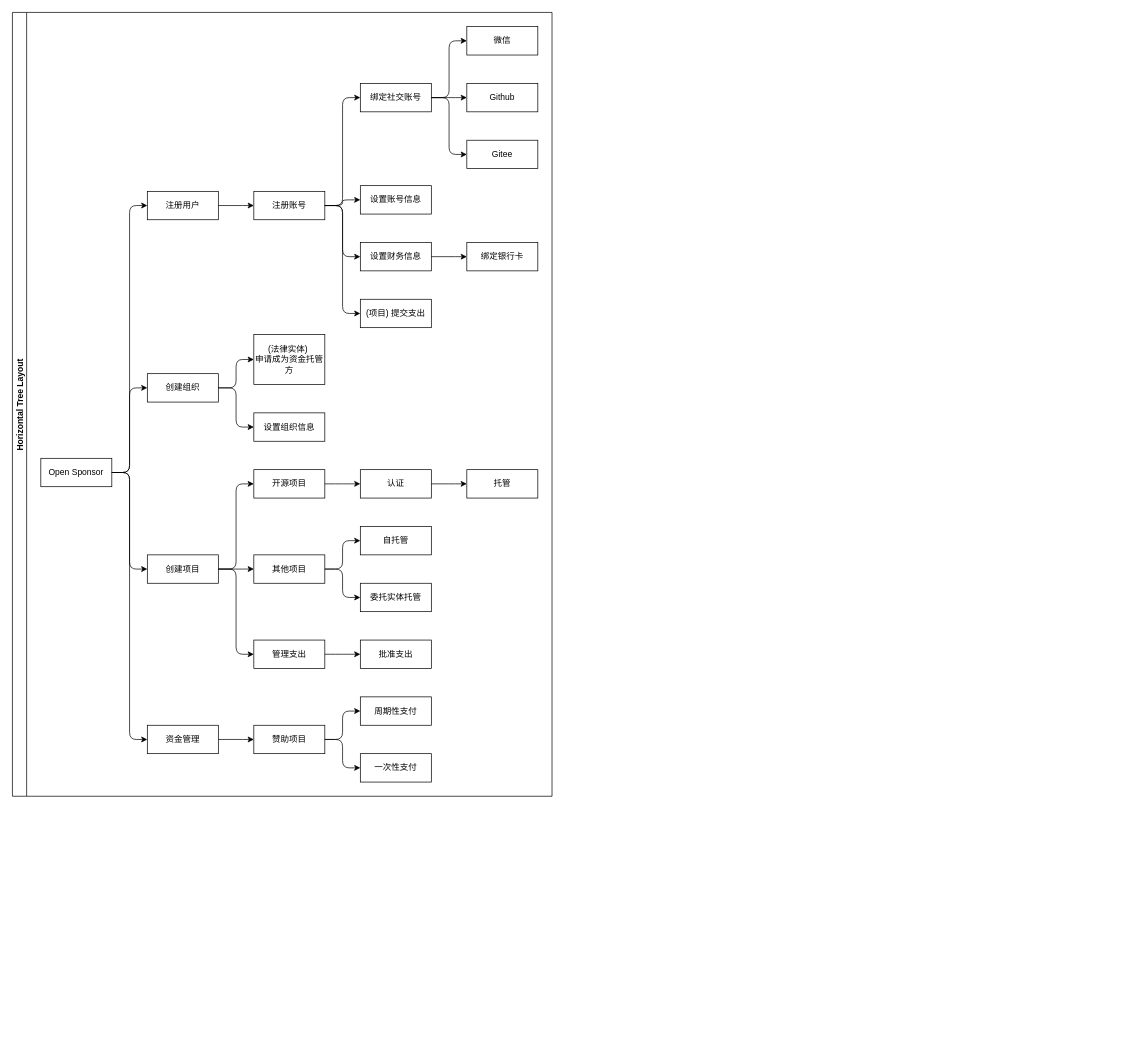
Before: design.drawio in opensponsor/opensponsor-api, a draw.io diagram. Source tidied: cells renumbered, new cells numbered last; positions are measured from the earlier drawing's top-left corner, leaving out a move shared by most shapes. Both pictures are drawn from the tidied source at 71%, with x=0, y=0 at pixel (12, 12).
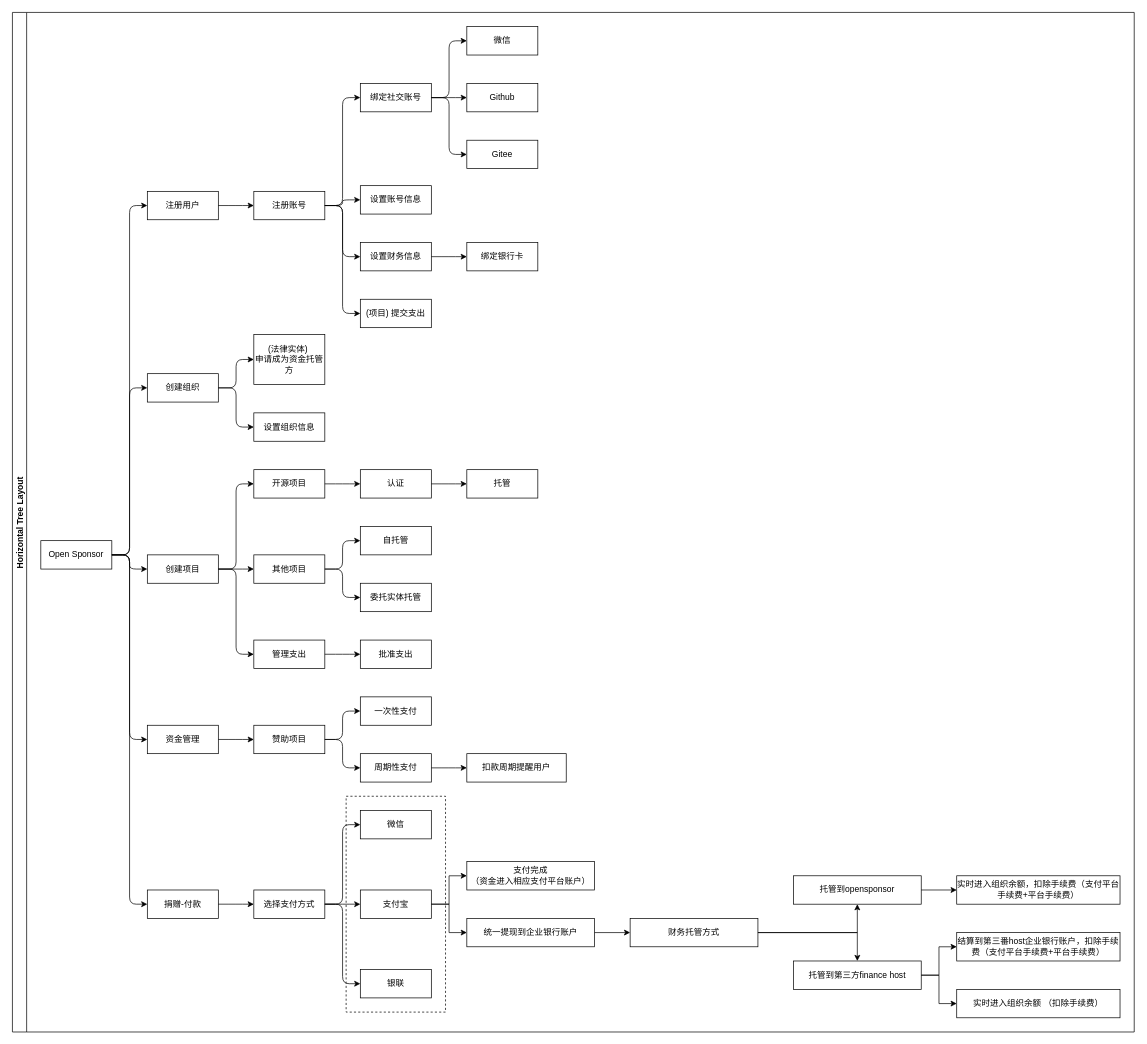
Above is the later version.

Change to the diagram source:
```diff
@@
-    <mxCell id="2" value="Horizontal Tree Layout" style="swimlane;startSize=20;horizontal=0;horizontalTree=1;containerType=tree;fontSize=12;" parent="1" vertex="1">
-      <mxGeometry width="760" height="1104" as="geometry" />
+    <mxCell id="2" value="Horizontal Tree Layout" style="swimlane;startSize=20;horizontal=0;horizontalTree=1;containerType=tree;fontSize=12;gradientColor=none;" parent="1" vertex="1">
+      <mxGeometry width="1580" height="1436" as="geometry" />
     </mxCell>
     <mxCell id="3" value="Open Sponsor" style="whiteSpace=wrap;html=1;" parent="2" vertex="1">
-      <mxGeometry x="40" y="628" width="100" height="40" as="geometry" />
+      <mxGeometry x="40" y="744" width="100" height="40" as="geometry" />
     </mxCell>
@@
     <mxCell id="29" value="一次性支付" style="whiteSpace=wrap;html=1;" parent="2" vertex="1">
-      <mxGeometry x="490" y="1044" width="100" height="40" as="geometry" />
+      <mxGeometry x="490" y="964" width="100" height="40" as="geometry" />
     </mxCell>
@@
     <mxCell id="31" value="周期性支付" style="whiteSpace=wrap;html=1;" parent="2" vertex="1">
-      <mxGeometry x="490" y="964" width="100" height="40" as="geometry" />
+      <mxGeometry x="490" y="1044" width="100" height="40" as="geometry" />
     </mxCell>
@@
+    <mxCell id="56" style="edgeStyle=elbowEdgeStyle;elbow=horizontal;html=1;rounded=1;curved=0;sourcePerimeterSpacing=0;targetPerimeterSpacing=0;startSize=6;endSize=6;" parent="2" edge="1" source="3" target="57">
+      <mxGeometry relative="1" as="geometry" />
+    </mxCell>
+    <mxCell id="57" value="捐赠-付款" style="whiteSpace=wrap;html=1;" parent="2" vertex="1">
+      <mxGeometry x="190" y="1236" width="100" height="40" as="geometry" />
+    </mxCell>
+    <mxCell id="58" style="edgeStyle=elbowEdgeStyle;elbow=horizontal;html=1;rounded=1;curved=0;sourcePerimeterSpacing=0;targetPerimeterSpacing=0;startSize=6;endSize=6;" parent="2" edge="1" source="57" target="59">
+      <mxGeometry relative="1" as="geometry" />
+    </mxCell>
+    <mxCell id="59" value="选择支付方式" style="whiteSpace=wrap;html=1;" parent="2" vertex="1">
+      <mxGeometry x="340" y="1236" width="100" height="40" as="geometry" />
+    </mxCell>
+    <mxCell id="60" style="edgeStyle=elbowEdgeStyle;elbow=horizontal;html=1;rounded=1;curved=0;sourcePerimeterSpacing=0;targetPerimeterSpacing=0;startSize=6;endSize=6;" parent="2" edge="1" source="59" target="64">
+      <mxGeometry relative="1" as="geometry" />
+    </mxCell>
+    <mxCell id="61" style="edgeStyle=elbowEdgeStyle;elbow=horizontal;html=1;rounded=1;curved=0;sourcePerimeterSpacing=0;targetPerimeterSpacing=0;startSize=6;endSize=6;" parent="2" edge="1" source="59" target="65">
+      <mxGeometry relative="1" as="geometry" />
+    </mxCell>
+    <mxCell id="62" style="edgeStyle=elbowEdgeStyle;elbow=horizontal;html=1;rounded=1;curved=0;sourcePerimeterSpacing=0;targetPerimeterSpacing=0;startSize=6;endSize=6;" parent="2" edge="1" source="59" target="66">
+      <mxGeometry relative="1" as="geometry" />
+    </mxCell>
+    <mxCell id="63" style="group;fillColor=none;strokeColor=default;dashed=1;" parent="2" vertex="1">
+      <mxGeometry x="470" y="1104" width="140" height="304" as="geometry" />
+    </mxCell>
+    <mxCell id="64" value="微信" style="whiteSpace=wrap;html=1;" parent="63" vertex="1">
+      <mxGeometry x="20" y="20" width="100" height="40" as="geometry" />
+    </mxCell>
+    <mxCell id="65" value="支付宝" style="whiteSpace=wrap;html=1;" parent="63" vertex="1">
+      <mxGeometry x="20" y="132" width="100" height="40" as="geometry" />
+    </mxCell>
+    <mxCell id="66" value="银联" style="whiteSpace=wrap;html=1;" parent="63" vertex="1">
+      <mxGeometry x="20" y="244" width="100" height="40" as="geometry" />
+    </mxCell>
+    <mxCell id="67" value="支付完成&lt;div&gt;（资金进入相应支付平台账户）&lt;/div&gt;" style="whiteSpace=wrap;html=1;" parent="2" vertex="1">
+      <mxGeometry x="640" y="1196" width="180" height="40" as="geometry" />
+    </mxCell>
+    <mxCell id="68" style="edgeStyle=orthogonalEdgeStyle;rounded=0;jettySize=auto;html=1;" parent="2" edge="1" source="65" target="67">
+      <mxGeometry relative="1" as="geometry" />
+    </mxCell>
+    <mxCell id="69" style="edgeStyle=elbowEdgeStyle;elbow=horizontal;html=1;rounded=1;curved=0;sourcePerimeterSpacing=0;targetPerimeterSpacing=0;startSize=6;endSize=6;" parent="2" edge="1" source="31" target="70">
+      <mxGeometry relative="1" as="geometry" />
+    </mxCell>
+    <mxCell id="70" value="扣款周期提醒用户" style="whiteSpace=wrap;html=1;" parent="2" vertex="1">
+      <mxGeometry x="640" y="1044" width="140" height="40" as="geometry" />
+    </mxCell>
+    <mxCell id="71" style="edgeStyle=orthogonalEdgeStyle;rounded=0;jettySize=auto;html=1;" parent="2" edge="1" source="65" target="72">
+      <mxGeometry relative="1" as="geometry" />
+    </mxCell>
+    <mxCell id="72" value="统一提现到企业银行账户" style="whiteSpace=wrap;html=1;" parent="2" vertex="1">
+      <mxGeometry x="640" y="1276" width="180" height="40" as="geometry" />
+    </mxCell>
+    <mxCell id="73" style="edgeStyle=orthogonalEdgeStyle;rounded=0;jettySize=auto;html=1;" parent="2" edge="1" source="72" target="74">
+      <mxGeometry relative="1" as="geometry" />
+    </mxCell>
+    <mxCell id="74" value="财务托管方式" style="whiteSpace=wrap;html=1;" parent="2" vertex="1">
+      <mxGeometry x="870" y="1276" width="180" height="40" as="geometry" />
+    </mxCell>
+    <mxCell id="75" style="edgeStyle=orthogonalEdgeStyle;rounded=0;jettySize=auto;html=1;" parent="2" edge="1" source="74" target="76">
+      <mxGeometry relative="1" as="geometry" />
+    </mxCell>
+    <mxCell id="76" value="托管到opensponsor" style="whiteSpace=wrap;html=1;" parent="2" vertex="1">
+      <mxGeometry x="1100" y="1216" width="180" height="40" as="geometry" />
+    </mxCell>
+    <mxCell id="77" style="edgeStyle=orthogonalEdgeStyle;rounded=0;jettySize=auto;html=1;" parent="2" edge="1" source="74" target="78">
+      <mxGeometry relative="1" as="geometry" />
+    </mxCell>
+    <mxCell id="78" value="托管到第三方finance host" style="whiteSpace=wrap;html=1;" parent="2" vertex="1">
+      <mxGeometry x="1100" y="1336" width="180" height="40" as="geometry" />
+    </mxCell>
+    <mxCell id="79" style="edgeStyle=orthogonalEdgeStyle;rounded=0;jettySize=auto;html=1;" parent="2" edge="1" source="76" target="80">
+      <mxGeometry relative="1" as="geometry" />
+    </mxCell>
+    <mxCell id="80" value="实时进入组织余额，扣除手续费（支付平台手续费+平台手续费）" style="whiteSpace=wrap;html=1;" parent="2" vertex="1">
+      <mxGeometry x="1330" y="1216" width="230" height="40" as="geometry" />
+    </mxCell>
+    <mxCell id="81" style="edgeStyle=orthogonalEdgeStyle;rounded=0;jettySize=auto;html=1;" parent="2" edge="1" source="78" target="82">
+      <mxGeometry relative="1" as="geometry" />
+    </mxCell>
+    <mxCell id="82" value="结算到第三番host企业银行账户，扣除手续费（支付平台手续费+平台手续费）" style="whiteSpace=wrap;html=1;" parent="2" vertex="1">
+      <mxGeometry x="1330" y="1296" width="230" height="40" as="geometry" />
+    </mxCell>
+    <mxCell id="83" style="edgeStyle=orthogonalEdgeStyle;rounded=0;jettySize=auto;html=1;" parent="2" edge="1" source="78" target="84">
+      <mxGeometry relative="1" as="geometry" />
+    </mxCell>
+    <mxCell id="84" value="实时进入组织余额 （扣除手续费）" style="whiteSpace=wrap;html=1;" parent="2" vertex="1">
+      <mxGeometry x="1330" y="1376" width="230" height="40" as="geometry" />
+    </mxCell>
```
